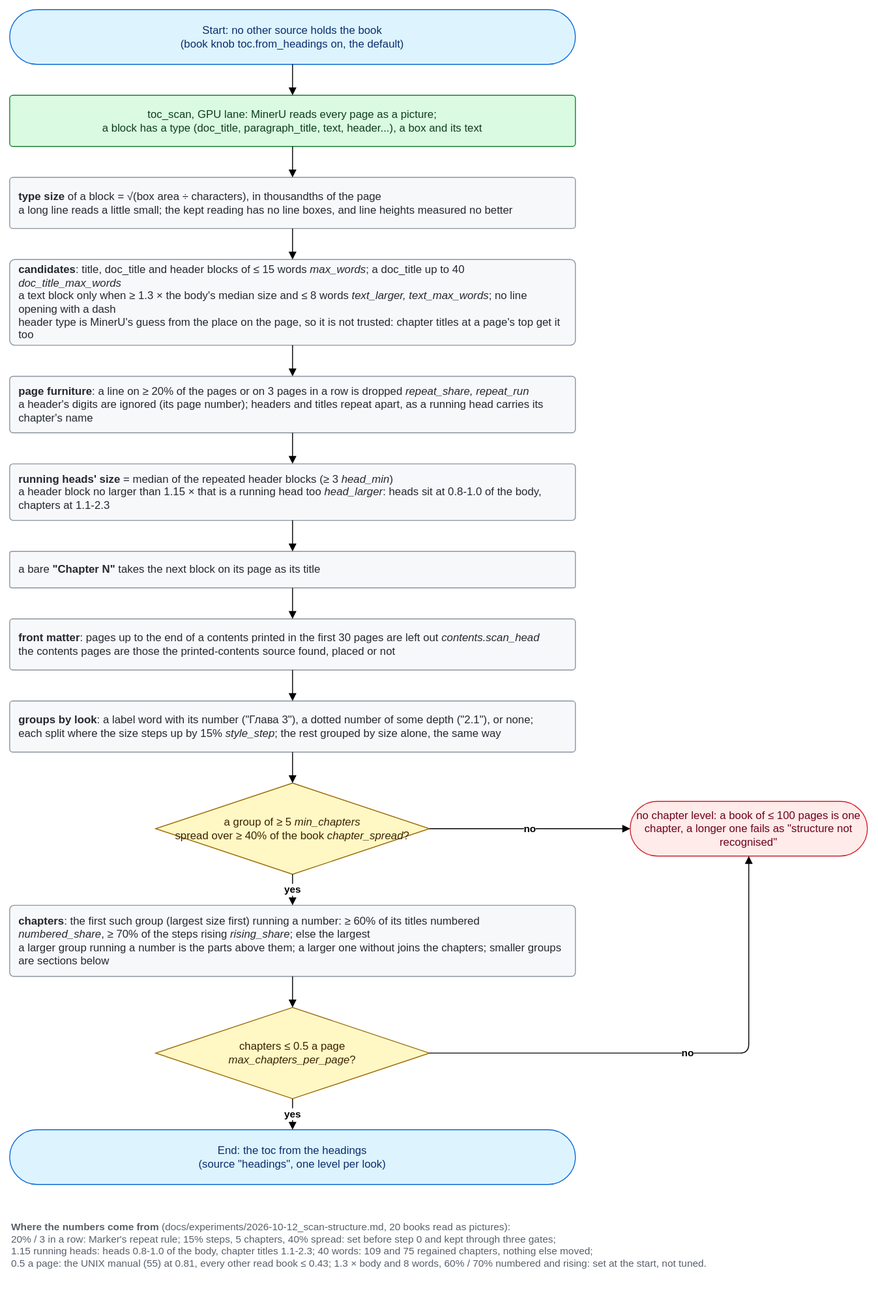
rikitikitav1/ocr-lab keeps this draw.io diagram as docs/diagrams/headings.drawio.svg. Above is the earlier version. Source tidied: cells renumbered, new cells last; positions are measured from the earlier drawing's top-left corner, leaving out a move shared by most shapes.
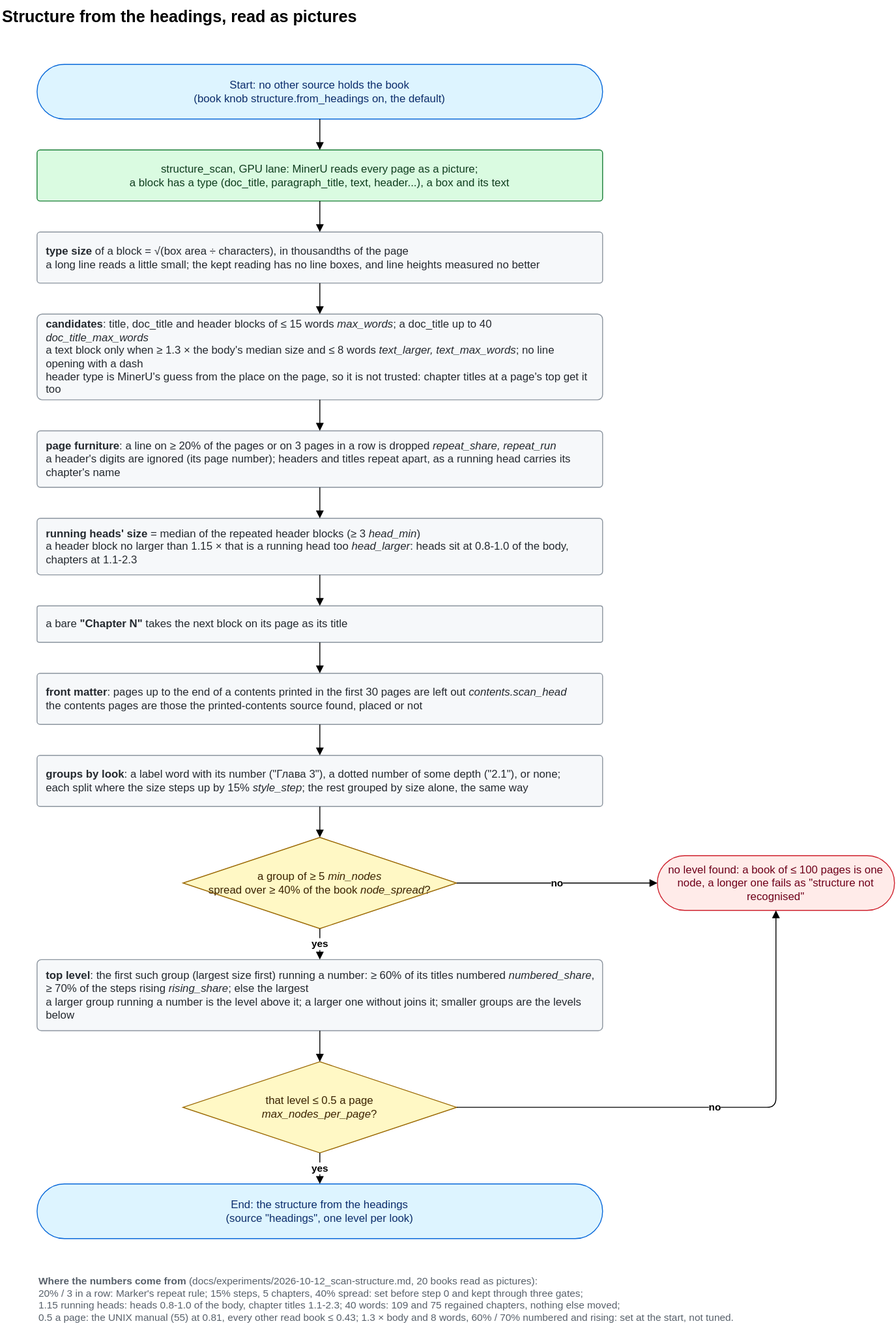
Later version of the same file.

What changed in the source:
```diff
@@ -2,10 +2,13 @@
   <root>
     <mxCell id="0" />
     <mxCell id="1" parent="0" />
+    <mxCell id="31" value="Structure from the headings, read as pictures" style="text;html=0;fontSize=18;fontStyle=1;align=left;" parent="1" vertex="1">
+      <mxGeometry x="-40" y="-70" width="700" height="30" as="geometry" />
+    </mxCell>
-    <mxCell id="2" value="Start: no other source holds the book&lt;br&gt;(book knob toc.from_headings on, the default)" style="html=1;whiteSpace=wrap;fontSize=12;fillColor=light-dark(#DDF4FF,#132339);strokeColor=light-dark(#0969DA,#4493F8);fontColor=light-dark(#0C2D6B,#C6E6FF);rounded=1;arcSize=50;" parent="1" vertex="1">
+    <mxCell id="2" value="Start: no other source holds the book&lt;br&gt;(book knob structure.from_headings on, the default)" style="html=1;whiteSpace=wrap;fontSize=12;fillColor=light-dark(#DDF4FF,#132339);strokeColor=light-dark(#0969DA,#4493F8);fontColor=light-dark(#0C2D6B,#C6E6FF);rounded=1;arcSize=50;" parent="1" vertex="1">
       <mxGeometry width="620" height="60" as="geometry" />
     </mxCell>
-    <mxCell id="3" value="toc_scan, GPU lane: MinerU reads every page as a picture;&lt;br&gt;a block has a type (doc_title, paragraph_title, text, header...), a box and its text" style="html=1;whiteSpace=wrap;fontSize=12;fillColor=light-dark(#DAFBE1,#12261E);strokeColor=light-dark(#1A7F37,#3FB950);fontColor=light-dark(#0F3D1E,#AFF5B4);rounded=1;arcSize=6;" parent="1" vertex="1">
+    <mxCell id="3" value="structure_scan, GPU lane: MinerU reads every page as a picture;&lt;br&gt;a block has a type (doc_title, paragraph_title, text, header...), a box and its text" style="html=1;whiteSpace=wrap;fontSize=12;fillColor=light-dark(#DAFBE1,#12261E);strokeColor=light-dark(#1A7F37,#3FB950);fontColor=light-dark(#0F3D1E,#AFF5B4);rounded=1;arcSize=6;" parent="1" vertex="1">
       <mxGeometry y="94" width="620" height="56" as="geometry" />
     </mxCell>
     <mxCell id="4" value="&lt;b&gt;type size&lt;/b&gt; of a block = √(box area ÷ characters), in thousandths of the page&lt;br&gt;a long line reads a little small; the kept reading has no line boxes, and line heights measured no better" style="html=1;whiteSpace=wrap;fontSize=12;fillColor=light-dark(#F6F8FA,#161B22);strokeColor=light-dark(#8C959F,#6E7681);fontColor=light-dark(#24292F,#E6EDF3);rounded=1;arcSize=6;align=left;spacingLeft=8;spacingRight=8;" parent="1" vertex="1">
@@ -29,19 +32,19 @@
     <mxCell id="10" value="&lt;b&gt;groups by look&lt;/b&gt;: a label word with its number (&quot;Глава 3&quot;), a dotted number of some depth (&quot;2.1&quot;), or none;&lt;br&gt;each split where the size steps up by 15% &lt;i&gt;style_step&lt;/i&gt;; the rest grouped by size alone, the same way" style="html=1;whiteSpace=wrap;fontSize=12;fillColor=light-dark(#F6F8FA,#161B22);strokeColor=light-dark(#8C959F,#6E7681);fontColor=light-dark(#24292F,#E6EDF3);rounded=1;arcSize=6;align=left;spacingLeft=8;spacingRight=8;" parent="1" vertex="1">
       <mxGeometry y="758" width="620" height="56" as="geometry" />
     </mxCell>
-    <mxCell id="11" value="a group of ≥ 5 &lt;i&gt;min_chapters&lt;/i&gt;&lt;br&gt;spread over ≥ 40% of the book &lt;i&gt;chapter_spread&lt;/i&gt;?" style="html=1;whiteSpace=wrap;fontSize=12;fillColor=light-dark(#FFF8C5,#272115);strokeColor=light-dark(#9A6700,#BB8009);fontColor=light-dark(#3B2300,#F8E3A1);rhombus;" parent="1" vertex="1">
+    <mxCell id="11" value="a group of ≥ 5 &lt;i&gt;min_nodes&lt;/i&gt;&lt;br&gt;spread over ≥ 40% of the book &lt;i&gt;node_spread&lt;/i&gt;?" style="html=1;whiteSpace=wrap;fontSize=12;fillColor=light-dark(#FFF8C5,#272115);strokeColor=light-dark(#9A6700,#BB8009);fontColor=light-dark(#3B2300,#F8E3A1);rhombus;" parent="1" vertex="1">
       <mxGeometry x="160" y="848" width="300" height="100" as="geometry" />
     </mxCell>
-    <mxCell id="12" value="&lt;b&gt;chapters&lt;/b&gt;: the first such group (largest size first) running a number: ≥ 60% of its titles numbered &lt;i&gt;numbered_share&lt;/i&gt;, ≥ 70% of the steps rising &lt;i&gt;rising_share&lt;/i&gt;; else the largest&lt;br&gt;a larger group running a number is the parts above them; a larger one without joins the chapters; smaller groups are sections below" style="html=1;whiteSpace=wrap;fontSize=12;fillColor=light-dark(#F6F8FA,#161B22);strokeColor=light-dark(#8C959F,#6E7681);fontColor=light-dark(#24292F,#E6EDF3);rounded=1;arcSize=6;align=left;spacingLeft=8;spacingRight=8;" parent="1" vertex="1">
+    <mxCell id="12" value="&lt;b&gt;top level&lt;/b&gt;: the first such group (largest size first) running a number: ≥ 60% of its titles numbered &lt;i&gt;numbered_share&lt;/i&gt;, ≥ 70% of the steps rising &lt;i&gt;rising_share&lt;/i&gt;; else the largest&lt;br&gt;a larger group running a number is the level above it; a larger one without joins it; smaller groups are the levels below" style="html=1;whiteSpace=wrap;fontSize=12;fillColor=light-dark(#F6F8FA,#161B22);strokeColor=light-dark(#8C959F,#6E7681);fontColor=light-dark(#24292F,#E6EDF3);rounded=1;arcSize=6;align=left;spacingLeft=8;spacingRight=8;" parent="1" vertex="1">
       <mxGeometry y="982" width="620" height="78" as="geometry" />
     </mxCell>
-    <mxCell id="13" value="chapters ≤ 0.5 a page&lt;br&gt;&lt;i&gt;max_chapters_per_page&lt;/i&gt;?" style="html=1;whiteSpace=wrap;fontSize=12;fillColor=light-dark(#FFF8C5,#272115);strokeColor=light-dark(#9A6700,#BB8009);fontColor=light-dark(#3B2300,#F8E3A1);rhombus;" parent="1" vertex="1">
+    <mxCell id="13" value="that level ≤ 0.5 a page&lt;br&gt;&lt;i&gt;max_nodes_per_page&lt;/i&gt;?" style="html=1;whiteSpace=wrap;fontSize=12;fillColor=light-dark(#FFF8C5,#272115);strokeColor=light-dark(#9A6700,#BB8009);fontColor=light-dark(#3B2300,#F8E3A1);rhombus;" parent="1" vertex="1">
       <mxGeometry x="160" y="1094" width="300" height="100" as="geometry" />
     </mxCell>
-    <mxCell id="14" value="End: the toc from the headings&lt;br&gt;(source &quot;headings&quot;, one level per look)" style="html=1;whiteSpace=wrap;fontSize=12;fillColor=light-dark(#DDF4FF,#132339);strokeColor=light-dark(#0969DA,#4493F8);fontColor=light-dark(#0C2D6B,#C6E6FF);rounded=1;arcSize=50;" parent="1" vertex="1">
+    <mxCell id="14" value="End: the structure from the headings&lt;br&gt;(source &quot;headings&quot;, one level per look)" style="html=1;whiteSpace=wrap;fontSize=12;fillColor=light-dark(#DDF4FF,#132339);strokeColor=light-dark(#0969DA,#4493F8);fontColor=light-dark(#0C2D6B,#C6E6FF);rounded=1;arcSize=50;" parent="1" vertex="1">
       <mxGeometry y="1228" width="620" height="60" as="geometry" />
     </mxCell>
-    <mxCell id="15" value="no chapter level: a book of ≤ 100 pages is one chapter, a longer one fails as &amp;quot;structure not recognised&amp;quot;" style="html=1;whiteSpace=wrap;fontSize=12;fillColor=light-dark(#FFEBE9,#2D1517);strokeColor=light-dark(#CF222E,#F85149);fontColor=light-dark(#6E011A,#FFC1C0);rounded=1;arcSize=50;" parent="1" vertex="1">
+    <mxCell id="15" value="no level found: a book of ≤ 100 pages is one node, a longer one fails as &quot;structure not recognised&quot;" style="html=1;whiteSpace=wrap;fontSize=12;fillColor=light-dark(#FFEBE9,#2D1517);strokeColor=light-dark(#CF222E,#F85149);fontColor=light-dark(#6E011A,#FFC1C0);rounded=1;arcSize=50;" parent="1" vertex="1">
       <mxGeometry x="680" y="868" width="260" height="60" as="geometry" />
     </mxCell>
     <mxCell id="16" value="&lt;b&gt;Where the numbers come from&lt;/b&gt; (docs/experiments/2026-10-12_scan-structure.md, 20 books read as pictures):&lt;br&gt;20% / 3 in a row: Marker's repeat rule; 15% steps, 5 chapters, 40% spread: set before step 0 and kept through three gates;&lt;br&gt;1.15 running heads: heads 0.8-1.0 of the body, chapter titles 1.1-2.3; 40 words: 109 and 75 regained chapters, nothing else moved;&lt;br&gt;0.5 a page: the UNIX manual (55) at 0.81, every other read book ≤ 0.43; 1.3 × body and 8 words, 60% / 70% numbered and rising: set at the start, not tuned." style="html=1;whiteSpace=wrap;fontSize=11;fillColor=none;strokeColor=none;fontColor=light-dark(#57606A,#8B949E);align=left;verticalAlign=top;" parent="1" vertex="1">
```
